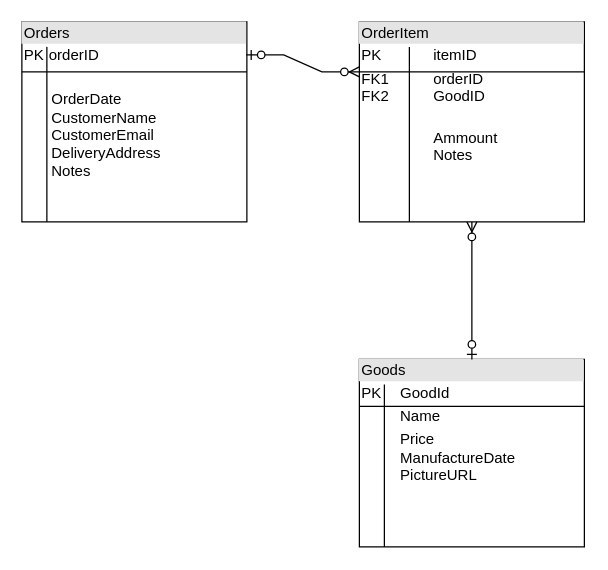
Before: Диаграмма без названия.drawio in zvic81/flask_api, a draw.io diagram. Source tidied: cells renumbered, new cells numbered last; positions are measured from the earlier drawing's top-left corner, leaving out a move shared by most shapes. Both pictures are drawn from the tidied source at 125%, with x=0, y=0 at pixel (21, 21).
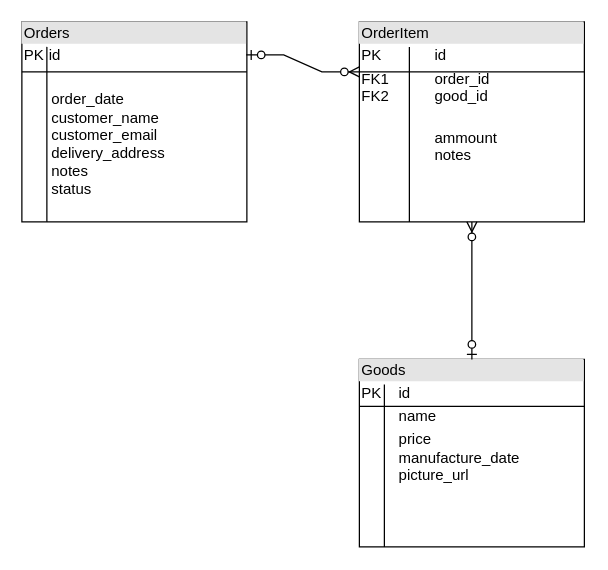
The same diagram, later.

Change to the diagram source:
```diff
@@
 <mxGraphModel>
   <root>
     <mxCell id="0" />
     <mxCell id="1" parent="0" />
-    <mxCell id="2" value="&lt;div style=&quot;box-sizing:border-box;width:100%;background:#e4e4e4;padding:2px;&quot;&gt;Orders&lt;/div&gt;&lt;table style=&quot;width:100%;font-size:1em;&quot; cellpadding=&quot;2&quot; cellspacing=&quot;0&quot;&gt;&lt;tbody&gt;&lt;tr&gt;&lt;td&gt;PK&lt;/td&gt;&lt;td&gt;orderID&lt;/td&gt;&lt;/tr&gt;&lt;tr&gt;&lt;td&gt;&lt;/td&gt;&lt;td&gt;&lt;br&gt;&lt;table style=&quot;font-size: 1em; background-color: initial; width: 176px;&quot; cellpadding=&quot;2&quot; cellspacing=&quot;0&quot;&gt;&lt;tbody&gt;&lt;tr&gt;&lt;td&gt;OrderDate&lt;br&gt;CustomerName&lt;br&gt;CustomerEmail&lt;br&gt;DeliveryAddress&lt;br&gt;Notes&lt;/td&gt;&lt;/tr&gt;&lt;/tbody&gt;&lt;/table&gt;&lt;/td&gt;&lt;/tr&gt;&lt;/tbody&gt;&lt;/table&gt;" style="verticalAlign=top;align=left;overflow=fill;html=1;fillColor=none;" parent="1" vertex="1">
+    <mxCell id="2" value="&lt;div style=&quot;box-sizing:border-box;width:100%;background:#e4e4e4;padding:2px;&quot;&gt;Orders&lt;/div&gt;&lt;table style=&quot;width:100%;font-size:1em;&quot; cellpadding=&quot;2&quot; cellspacing=&quot;0&quot;&gt;&lt;tbody&gt;&lt;tr&gt;&lt;td&gt;PK&lt;/td&gt;&lt;td&gt;id&lt;/td&gt;&lt;/tr&gt;&lt;tr&gt;&lt;td&gt;&lt;/td&gt;&lt;td&gt;&lt;br&gt;&lt;table style=&quot;font-size: 1em; background-color: initial; width: 176px;&quot; cellpadding=&quot;2&quot; cellspacing=&quot;0&quot;&gt;&lt;tbody&gt;&lt;tr&gt;&lt;td&gt;order_date&lt;br&gt;customer_name&lt;br&gt;customer_email&lt;br&gt;delivery_address&lt;br&gt;notes&lt;br&gt;status&lt;/td&gt;&lt;/tr&gt;&lt;/tbody&gt;&lt;/table&gt;&lt;/td&gt;&lt;/tr&gt;&lt;/tbody&gt;&lt;/table&gt;" style="verticalAlign=top;align=left;overflow=fill;html=1;fillColor=none;" parent="1" vertex="1">
       <mxGeometry width="180" height="160" as="geometry" />
     </mxCell>
-    <mxCell id="3" value="&lt;div style=&quot;box-sizing:border-box;width:100%;background:#e4e4e4;padding:2px;&quot;&gt;OrderItem&lt;/div&gt;&lt;table style=&quot;width:100%;font-size:1em;&quot; cellpadding=&quot;2&quot; cellspacing=&quot;0&quot;&gt;&lt;tbody&gt;&lt;tr&gt;&lt;td&gt;PK&lt;/td&gt;&lt;td&gt;itemID&lt;/td&gt;&lt;/tr&gt;&lt;tr&gt;&lt;td&gt;FK1&lt;br&gt;FK2&lt;/td&gt;&lt;td&gt;orderID&lt;br&gt;GoodID&lt;br&gt;&lt;/td&gt;&lt;/tr&gt;&lt;tr&gt;&lt;td&gt;&lt;br&gt;&lt;/td&gt;&lt;td&gt;&lt;br&gt;Ammount&lt;br&gt;Notes&lt;/td&gt;&lt;/tr&gt;&lt;/tbody&gt;&lt;/table&gt;" style="verticalAlign=top;align=left;overflow=fill;html=1;fillColor=none;" parent="1" vertex="1">
+    <mxCell id="3" value="&lt;div style=&quot;box-sizing:border-box;width:100%;background:#e4e4e4;padding:2px;&quot;&gt;OrderItem&lt;/div&gt;&lt;table style=&quot;width:100%;font-size:1em;&quot; cellpadding=&quot;2&quot; cellspacing=&quot;0&quot;&gt;&lt;tbody&gt;&lt;tr&gt;&lt;td&gt;PK&lt;/td&gt;&lt;td&gt;id&lt;/td&gt;&lt;/tr&gt;&lt;tr&gt;&lt;td&gt;FK1&lt;br&gt;FK2&lt;/td&gt;&lt;td&gt;order_id&lt;br&gt;good_id&lt;br&gt;&lt;/td&gt;&lt;/tr&gt;&lt;tr&gt;&lt;td&gt;&lt;br&gt;&lt;/td&gt;&lt;td&gt;&lt;br&gt;ammount&lt;br&gt;notes&lt;/td&gt;&lt;/tr&gt;&lt;/tbody&gt;&lt;/table&gt;" style="verticalAlign=top;align=left;overflow=fill;html=1;fillColor=none;" parent="1" vertex="1">
       <mxGeometry x="270" width="180" height="160" as="geometry" />
     </mxCell>
     <mxCell id="4" style="edgeStyle=entityRelationEdgeStyle;fontSize=12;html=1;endArrow=ERzeroToMany;startArrow=ERzeroToOne;rounded=0;exitX=0.997;exitY=0.165;exitDx=0;exitDy=0;exitPerimeter=0;" parent="1" edge="1" source="2">
       <mxGeometry relative="1" as="geometry">
         <mxPoint x="270" y="40" as="targetPoint" />
       </mxGeometry>
     </mxCell>
     <mxCell id="5" style="endArrow=none;html=1;rounded=0;entryX=0;entryY=0.25;entryDx=0;entryDy=0;exitX=1;exitY=0.25;exitDx=0;exitDy=0;" parent="1" edge="1" source="2" target="2">
       <mxGeometry relative="1" as="geometry" />
     </mxCell>
     <mxCell id="6" style="endArrow=none;html=1;rounded=0;entryX=0;entryY=0.25;entryDx=0;entryDy=0;exitX=1;exitY=0.25;exitDx=0;exitDy=0;" parent="1" edge="1">
       <mxGeometry relative="1" as="geometry">
         <mxPoint x="450" y="40" as="sourcePoint" />
         <mxPoint x="270" y="40" as="targetPoint" />
       </mxGeometry>
     </mxCell>
     <mxCell id="7" style="endArrow=none;html=1;rounded=0;exitX=0.111;exitY=1;exitDx=0;exitDy=0;exitPerimeter=0;" parent="1" edge="1" source="2">
       <mxGeometry relative="1" as="geometry">
         <mxPoint x="20" y="20" as="targetPoint" />
       </mxGeometry>
     </mxCell>
     <mxCell id="8" style="endArrow=none;html=1;rounded=0;" parent="1" edge="1">
       <mxGeometry relative="1" as="geometry">
         <mxPoint x="310" y="160" as="sourcePoint" />
         <mxPoint x="310" y="20" as="targetPoint" />
       </mxGeometry>
     </mxCell>
-    <mxCell id="9" value="&lt;div style=&quot;box-sizing:border-box;width:100%;background:#e4e4e4;padding:2px;&quot;&gt;Goods&lt;/div&gt;&lt;table style=&quot;width:100%;font-size:1em;&quot; cellpadding=&quot;2&quot; cellspacing=&quot;0&quot;&gt;&lt;tbody&gt;&lt;tr&gt;&lt;td&gt;PK&lt;/td&gt;&lt;td&gt;GoodId&lt;/td&gt;&lt;/tr&gt;&lt;tr&gt;&lt;td&gt;&lt;br&gt;&lt;/td&gt;&lt;td&gt;Name&lt;/td&gt;&lt;/tr&gt;&lt;tr&gt;&lt;td&gt;&lt;/td&gt;&lt;td&gt;Price&lt;br&gt;ManufactureDate&lt;br&gt;PictureURL&lt;/td&gt;&lt;/tr&gt;&lt;/tbody&gt;&lt;/table&gt;" style="verticalAlign=top;align=left;overflow=fill;html=1;fillColor=none;" parent="1" vertex="1">
+    <mxCell id="9" value="&lt;div style=&quot;box-sizing:border-box;width:100%;background:#e4e4e4;padding:2px;&quot;&gt;Goods&lt;/div&gt;&lt;table style=&quot;width:100%;font-size:1em;&quot; cellpadding=&quot;2&quot; cellspacing=&quot;0&quot;&gt;&lt;tbody&gt;&lt;tr&gt;&lt;td&gt;PK&lt;/td&gt;&lt;td&gt;id&lt;/td&gt;&lt;/tr&gt;&lt;tr&gt;&lt;td&gt;&lt;br&gt;&lt;/td&gt;&lt;td&gt;name&lt;/td&gt;&lt;/tr&gt;&lt;tr&gt;&lt;td&gt;&lt;/td&gt;&lt;td&gt;price&lt;br&gt;manufacture_date&lt;br&gt;picture_url&lt;/td&gt;&lt;/tr&gt;&lt;/tbody&gt;&lt;/table&gt;" style="verticalAlign=top;align=left;overflow=fill;html=1;fillColor=none;" parent="1" vertex="1">
       <mxGeometry x="270" y="270" width="180" height="150" as="geometry" />
     </mxCell>
     <mxCell id="10" style="fontSize=12;html=1;endArrow=ERzeroToMany;startArrow=ERzeroToOne;rounded=0;entryX=0.5;entryY=1;entryDx=0;entryDy=0;" parent="1" edge="1" source="9" target="3">
       <mxGeometry relative="1" as="geometry" />
     </mxCell>
     <mxCell id="11" style="endArrow=none;html=1;rounded=0;" parent="1" edge="1">
       <mxGeometry relative="1" as="geometry">
         <mxPoint x="290" y="290" as="sourcePoint" />
         <mxPoint x="290" y="420" as="targetPoint" />
       </mxGeometry>
     </mxCell>
     <mxCell id="12" style="endArrow=none;html=1;rounded=0;entryX=1;entryY=0.25;entryDx=0;entryDy=0;exitX=0;exitY=0.25;exitDx=0;exitDy=0;" parent="1" edge="1" source="9" target="9">
       <mxGeometry relative="1" as="geometry" />
     </mxCell>
   </root>
 </mxGraphModel>
```
